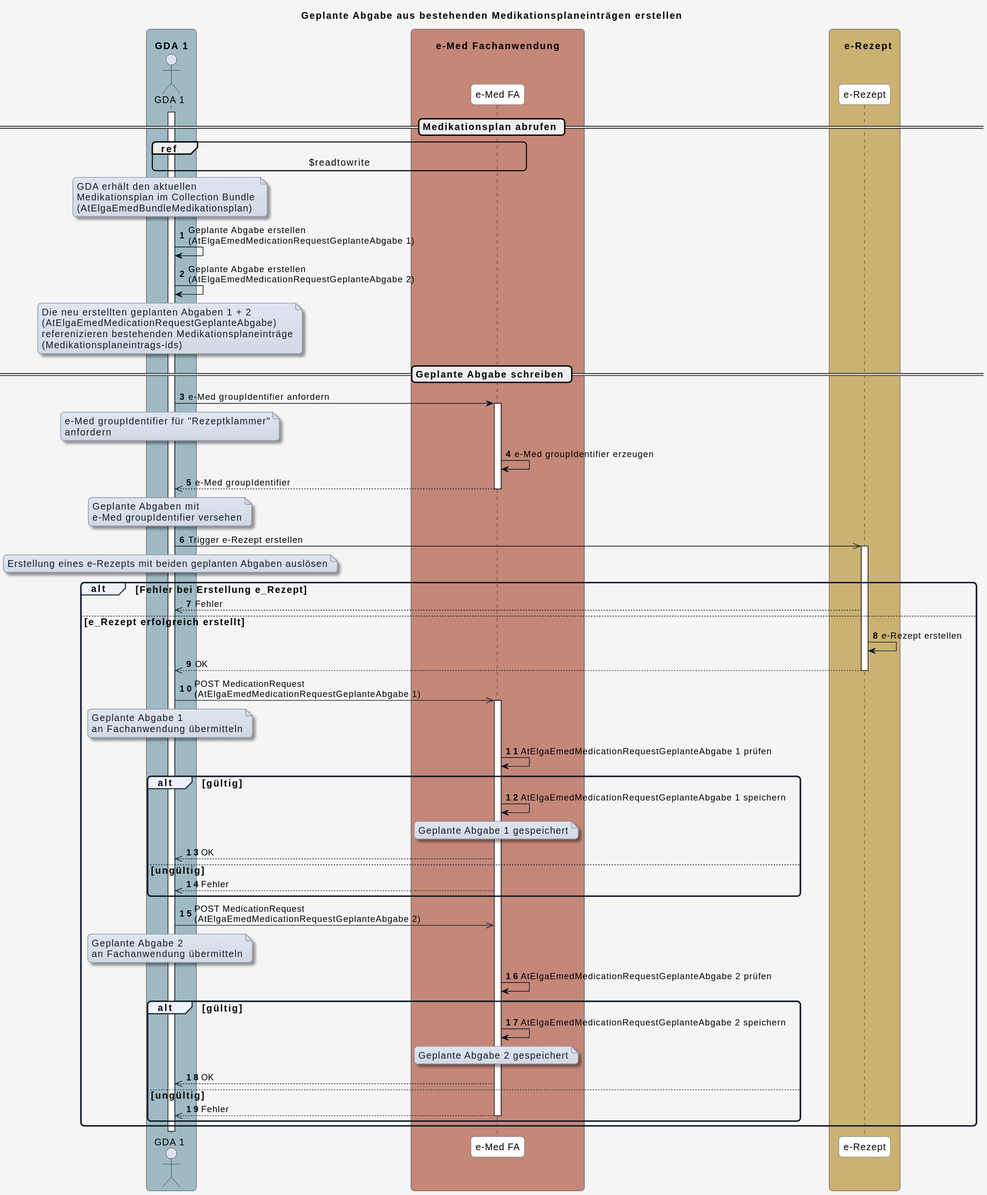
Above: input/images/plantuml/UC_eMed_08_01.svg in HL7Austria/ELGA-e-Medikation-R4 (PlantUML), before the change.
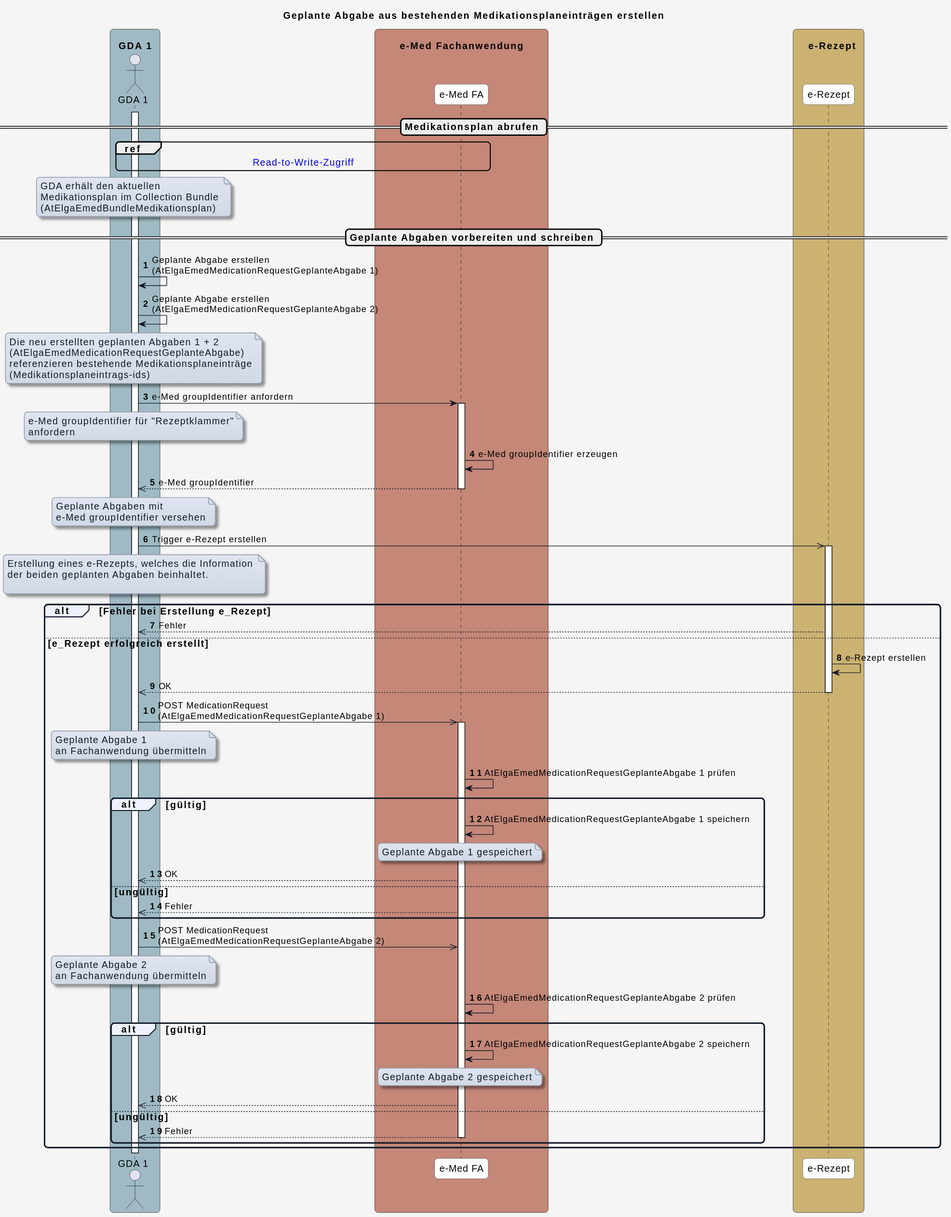
Above is the later version.

Change to the diagram source:
```diff
@@ -58,7 +58,7 @@
 
 activate GDA_1
 
-ref over GDA_1, eMed_FA : $readtowrite
+ref over GDA_1, eMed_FA : [[interactions.html#sequenzdiagramm-read-to-write-zugriff Read-to-Write-Zugriff]]
 
 note over GDA_1
 GDA erhält den aktuellen
@@ -66,16 +66,17 @@
 (AtElgaEmedBundleMedikationsplan)
 end note
 
+== Geplante Abgaben vorbereiten und schreiben ==
+
 GDA_1 -> GDA_1: Geplante Abgabe erstellen\n(AtElgaEmedMedicationRequestGeplanteAbgabe 1)
 GDA_1 -> GDA_1: Geplante Abgabe erstellen\n(AtElgaEmedMedicationRequestGeplanteAbgabe 2)
 note over GDA_1
 Die neu erstellten geplanten Abgaben 1 + 2
 (AtElgaEmedMedicationRequestGeplanteAbgabe)
-referenizieren bestehenden Medikationsplaneinträge
+referenzieren bestehende Medikationsplaneinträge
 (Medikationsplaneintrags-ids)
 end note
 
-== Geplante Abgabe schreiben ==
 
 GDA_1 -> eMed_FA: e-Med groupIdentifier anfordern
 
@@ -96,7 +97,9 @@
 
 GDA_1 ->> e_Rezept: Trigger e-Rezept erstellen
 note over GDA_1
-Erstellung eines e-Rezepts mit beiden geplanten Abgaben auslösen
+Erstellung eines e-Rezepts, welches die Information
+der beiden geplanten Abgaben beinhaltet.
+
 end note
 activate e_Rezept
 
```
